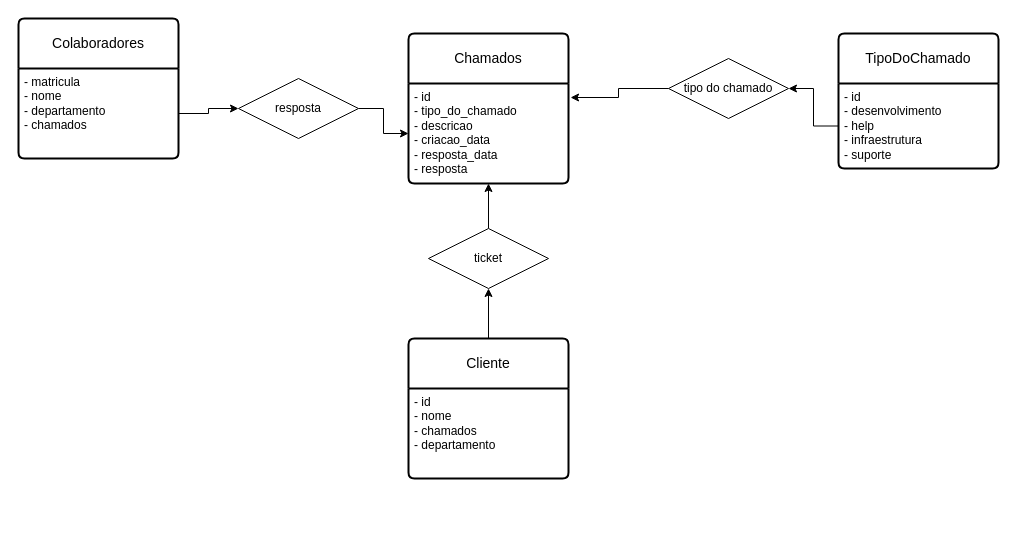
Above: Diagrama sem nome.drawio in Rodrigo-RRD/bank (draw.io), before the change. Source tidied: cells renumbered, new cells numbered last; positions are measured from the earlier drawing's top-left corner, leaving out a move shared by most shapes. Both pictures are drawn from the tidied source at 100%, with x=0, y=0 at pixel (18, 18).
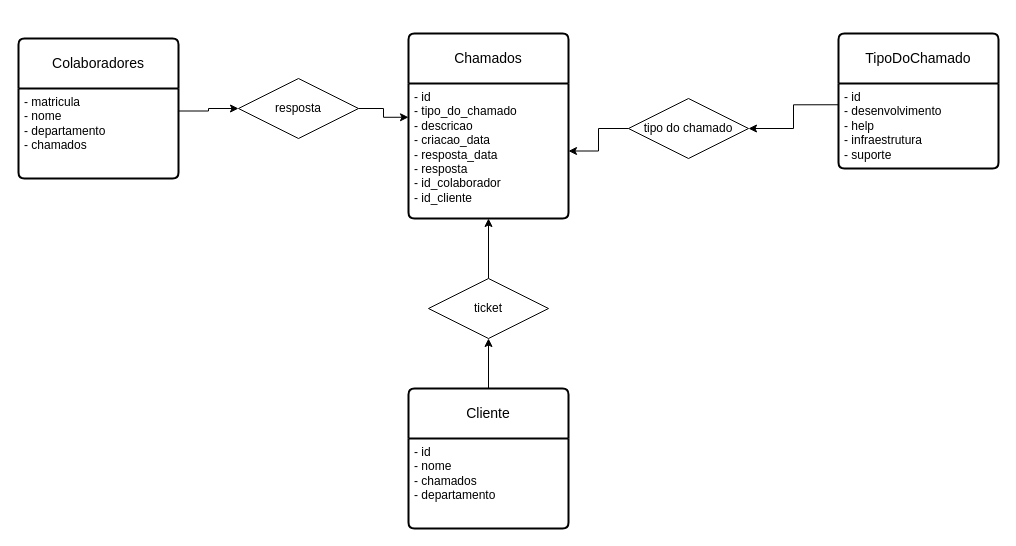
The same diagram, later.

The edit, as a diff of the source:
```diff
@@
 <mxGraphModel>
   <root>
     <mxCell id="0" />
     <mxCell id="1" parent="0" />
     <mxCell id="2" value="Chamados" style="swimlane;horizontal=1;startSize=50;rounded=1;fontSize=14;fontStyle=0;strokeWidth=2;shadow=0;dashed=0;align=center;arcSize=4;whiteSpace=wrap;html=1;" parent="1" vertex="1">
-      <mxGeometry x="390" y="15" width="160" height="150" as="geometry" />
+      <mxGeometry x="390" y="15" width="160" height="185" as="geometry" />
     </mxCell>
-    <mxCell id="3" value="- id&lt;br&gt;- tipo_do_chamado&lt;br&gt;- descricao&lt;br&gt;- criacao_data&lt;br&gt;- resposta_data&lt;br&gt;- resposta" style="align=left;strokeColor=none;fillColor=none;spacingLeft=4;fontSize=12;verticalAlign=top;html=1;" parent="2" vertex="1">
-      <mxGeometry y="50" width="160" height="100" as="geometry" />
+    <mxCell id="3" value="- id&lt;br&gt;- tipo_do_chamado&lt;br&gt;- descricao&lt;br&gt;- criacao_data&lt;br&gt;- resposta_data&lt;br&gt;- resposta&lt;br&gt;- id_colaborador&lt;br&gt;&lt;div&gt;- id_cliente&lt;/div&gt;" style="align=left;strokeColor=none;fillColor=none;spacingLeft=4;fontSize=12;verticalAlign=top;html=1;" parent="2" vertex="1">
+      <mxGeometry y="50" width="160" height="135" as="geometry" />
     </mxCell>
     <mxCell id="4" value="Colaboradores" style="swimlane;horizontal=1;startSize=50;rounded=1;fontSize=14;fontStyle=0;strokeWidth=2;shadow=0;dashed=0;align=center;arcSize=4;whiteSpace=wrap;html=1;" parent="1" vertex="1">
-      <mxGeometry width="160" height="140" as="geometry" />
+      <mxGeometry y="20" width="160" height="140" as="geometry" />
     </mxCell>
-    <mxCell id="5" value="- matricula&lt;br&gt;- nome&lt;br&gt;- departamento&lt;br&gt;- chamados" style="align=left;strokeColor=none;fillColor=none;spacingLeft=4;fontSize=12;verticalAlign=top;html=1;" parent="4" vertex="1">
+    <mxCell id="5" value="- matricula&lt;br&gt;- nome&lt;br&gt;- departamento&lt;br&gt;- chamados&lt;div&gt;&lt;br/&gt;&lt;/div&gt;" style="align=left;strokeColor=none;fillColor=none;spacingLeft=4;fontSize=12;verticalAlign=top;html=1;" parent="4" vertex="1">
       <mxGeometry y="50" width="160" height="90" as="geometry" />
     </mxCell>
     <mxCell id="6" style="edgeStyle=orthogonalEdgeStyle;rounded=0;jettySize=auto;html=1;" parent="1" edge="1" source="7" target="3">
       <mxGeometry relative="1" as="geometry" />
     </mxCell>
     <mxCell id="7" value="ticket" style="shape=rhombus;perimeter=rhombusPerimeter;whiteSpace=wrap;html=1;align=center;" parent="1" vertex="1">
-      <mxGeometry x="410" y="210" width="120" height="60" as="geometry" />
+      <mxGeometry x="410" y="260" width="120" height="60" as="geometry" />
     </mxCell>
     <mxCell id="8" style="edgeStyle=orthogonalEdgeStyle;rounded=0;jettySize=auto;html=1;" parent="1" edge="1" source="9" target="7">
       <mxGeometry relative="1" as="geometry" />
     </mxCell>
     <mxCell id="9" value="Cliente" style="swimlane;horizontal=1;startSize=50;rounded=1;fontSize=14;fontStyle=0;strokeWidth=2;shadow=0;dashed=0;align=center;arcSize=4;whiteSpace=wrap;html=1;" parent="1" vertex="1">
-      <mxGeometry x="390" y="320" width="160" height="140" as="geometry" />
+      <mxGeometry x="390" y="370" width="160" height="140" as="geometry" />
     </mxCell>
     <mxCell id="10" value="- id&lt;br&gt;- nome&lt;br&gt;- chamados&lt;br&gt;- departamento" style="align=left;strokeColor=none;fillColor=none;spacingLeft=4;fontSize=12;verticalAlign=top;html=1;" parent="9" vertex="1">
       <mxGeometry y="50" width="160" height="90" as="geometry" />
     </mxCell>
-    <mxCell id="11" style="edgeStyle=orthogonalEdgeStyle;rounded=0;jettySize=auto;html=1;entryX=0;entryY=0.5;entryDx=0;entryDy=0;" parent="1" edge="1" source="12" target="3">
+    <mxCell id="11" style="edgeStyle=orthogonalEdgeStyle;rounded=0;jettySize=auto;html=1;entryX=0;entryY=0.25;entryDx=0;entryDy=0;" parent="1" edge="1" source="12" target="3">
       <mxGeometry relative="1" as="geometry" />
     </mxCell>
     <mxCell id="12" value="resposta" style="shape=rhombus;perimeter=rhombusPerimeter;whiteSpace=wrap;html=1;align=center;" parent="1" vertex="1">
       <mxGeometry x="220" y="60" width="120" height="60" as="geometry" />
     </mxCell>
-    <mxCell id="13" style="edgeStyle=orthogonalEdgeStyle;rounded=0;jettySize=auto;html=1;entryX=0;entryY=0.5;entryDx=0;entryDy=0;" parent="1" edge="1" source="5" target="12">
+    <mxCell id="13" style="edgeStyle=orthogonalEdgeStyle;rounded=0;jettySize=auto;html=1;entryX=0;entryY=0.5;entryDx=0;entryDy=0;exitX=1;exitY=0.25;exitDx=0;exitDy=0;" parent="1" edge="1" source="5" target="12">
       <mxGeometry relative="1" as="geometry" />
     </mxCell>
     <mxCell id="14" value="TipoDoChamado" style="swimlane;horizontal=1;startSize=50;rounded=1;fontSize=14;fontStyle=0;strokeWidth=2;shadow=0;dashed=0;align=center;arcSize=4;whiteSpace=wrap;html=1;" parent="1" vertex="1">
       <mxGeometry x="820" y="15" width="160" height="135" as="geometry" />
     </mxCell>
     <mxCell id="15" value="- id&lt;br&gt;- desenvolvimento&lt;br&gt;- help&lt;br&gt;- infraestrutura&lt;br&gt;- suporte" style="align=left;strokeColor=none;fillColor=none;spacingLeft=4;fontSize=12;verticalAlign=top;html=1;" parent="14" vertex="1">
       <mxGeometry y="50" width="160" height="85" as="geometry" />
     </mxCell>
     <mxCell id="16" value="tipo do chamado" style="shape=rhombus;perimeter=rhombusPerimeter;whiteSpace=wrap;html=1;align=center;" parent="1" vertex="1">
-      <mxGeometry x="650" y="40" width="120" height="60" as="geometry" />
+      <mxGeometry x="610" y="80" width="120" height="60" as="geometry" />
     </mxCell>
-    <mxCell id="17" style="edgeStyle=orthogonalEdgeStyle;rounded=0;jettySize=auto;html=1;" parent="1" edge="1" source="15" target="16">
+    <mxCell id="17" style="edgeStyle=orthogonalEdgeStyle;rounded=0;jettySize=auto;html=1;exitX=0;exitY=0.25;exitDx=0;exitDy=0;" parent="1" edge="1" source="15" target="16">
       <mxGeometry relative="1" as="geometry" />
     </mxCell>
-    <mxCell id="18" style="edgeStyle=orthogonalEdgeStyle;rounded=0;jettySize=auto;html=1;entryX=1.013;entryY=0.14;entryDx=0;entryDy=0;entryPerimeter=0;" parent="1" edge="1" source="16" target="3">
+    <mxCell id="18" style="edgeStyle=orthogonalEdgeStyle;rounded=0;jettySize=auto;html=1;entryX=1;entryY=0.5;entryDx=0;entryDy=0;" parent="1" edge="1" source="16" target="3">
       <mxGeometry relative="1" as="geometry" />
     </mxCell>
   </root>
 </mxGraphModel>
```
